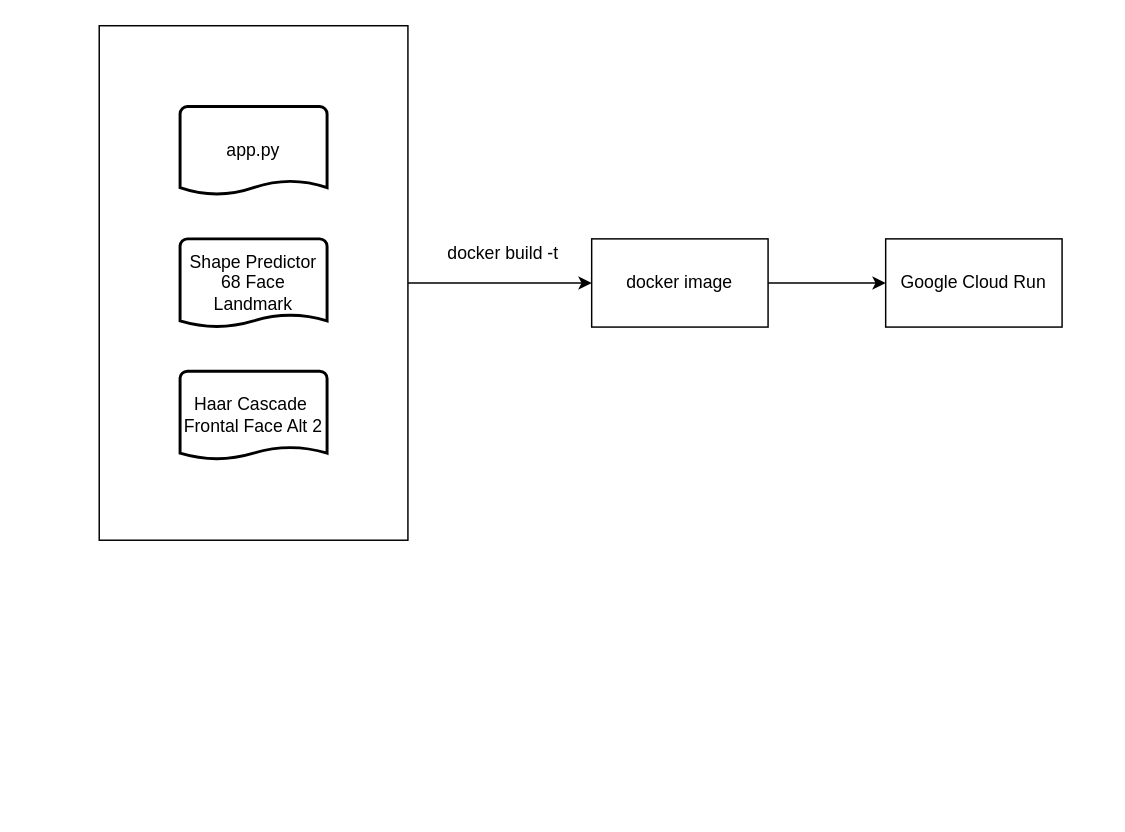
Above: Implementasi.drawio in pakkaem/app.diagrams.net-repo (draw.io), before the change. Source tidied: cells renumbered, new cells numbered last; positions are measured from the earlier drawing's top-left corner, leaving out a move shared by most shapes. Both pictures are drawn from the tidied source at 147%, with x=0, y=0 at pixel (98, 25).
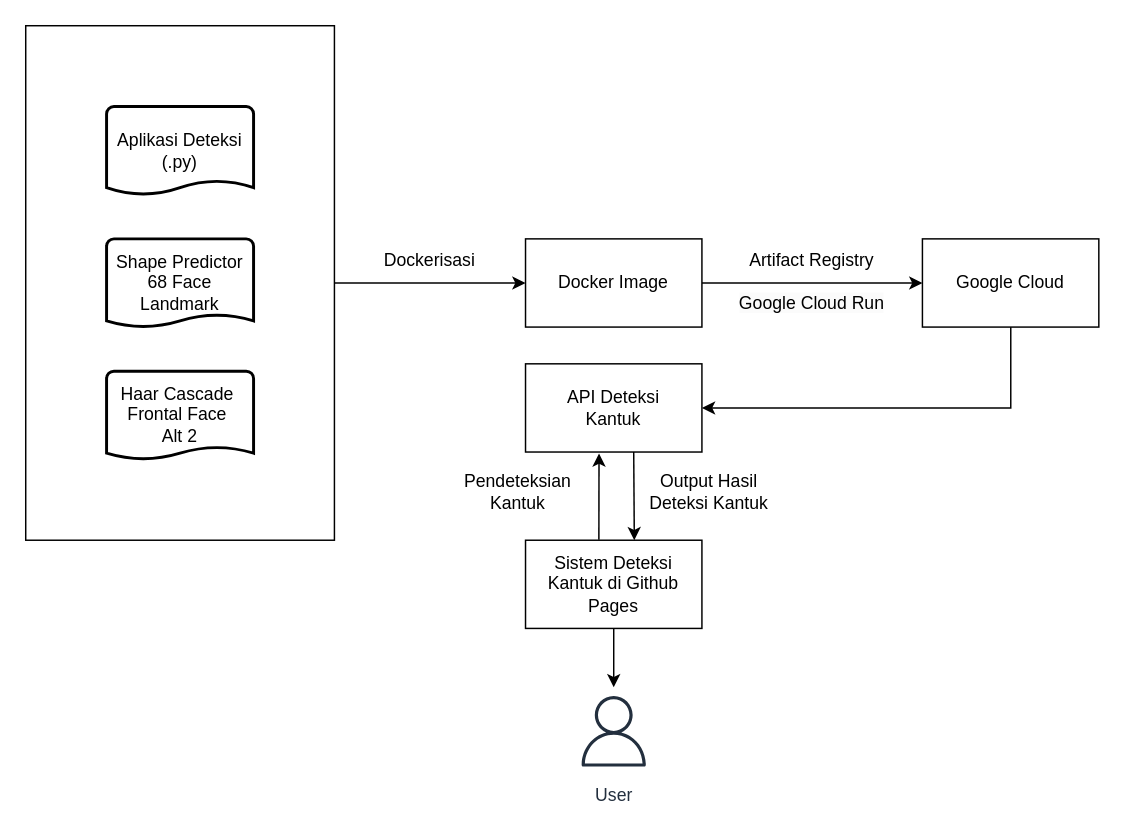
After the change.

Diff of the diagram source:
```diff
@@
+    <mxCell id="7" style="edgeStyle=orthogonalEdgeStyle;rounded=0;jettySize=auto;html=1;" parent="1" edge="1" source="8" target="10">
+      <mxGeometry relative="1" as="geometry" />
+    </mxCell>
+    <mxCell id="8" value="Docker Image" style="whiteSpace=wrap;html=1;rounded=0;" parent="1" vertex="1">
+      <mxGeometry x="290" y="145" width="120" height="60" as="geometry" />
+    </mxCell>
+    <mxCell id="9" value="Dockerisasi" style="text;html=1;align=center;verticalAlign=middle;whiteSpace=wrap;rounded=0;" parent="1" vertex="1">
+      <mxGeometry x="180" y="145" width="90" height="30" as="geometry" />
+    </mxCell>
+    <mxCell id="11" style="edgeStyle=orthogonalEdgeStyle;rounded=0;jettySize=auto;html=1;entryX=1;entryY=0.5;entryDx=0;entryDy=0;" parent="1" edge="1" target="14">
+      <mxGeometry relative="1" as="geometry">
+        <mxPoint x="620.1" y="175" as="sourcePoint" />
+        <Array as="points">
+          <mxPoint x="620" y="260" />
+        </Array>
+      </mxGeometry>
+    </mxCell>
+    <mxCell id="10" value="Google Cloud" style="whiteSpace=wrap;html=1;rounded=0;" parent="1" vertex="1">
+      <mxGeometry x="560" y="145" width="120" height="60" as="geometry" />
+    </mxCell>
+    <mxCell id="12" value="Artifact Registry" style="text;html=1;align=center;verticalAlign=middle;whiteSpace=wrap;rounded=0;" parent="1" vertex="1">
+      <mxGeometry x="430" y="145" width="110" height="30" as="geometry" />
+    </mxCell>
+    <mxCell id="13" value="&lt;span style=&quot;color: rgb(0, 0, 0); font-family: Helvetica; font-size: 12px; font-style: normal; font-variant-ligatures: normal; font-variant-caps: normal; font-weight: 400; letter-spacing: normal; orphans: 2; text-indent: 0px; text-transform: none; widows: 2; word-spacing: 0px; -webkit-text-stroke-width: 0px; white-space: normal; background-color: rgb(251, 251, 251); text-decoration-thickness: initial; text-decoration-style: initial; text-decoration-color: initial; float: none; display: inline !important;&quot;&gt;Google Cloud Run&lt;/span&gt;" style="text;whiteSpace=wrap;html=1;align=center;" parent="1" vertex="1">
+      <mxGeometry x="430" y="175" width="110" height="30" as="geometry" />
+    </mxCell>
+    <mxCell id="14" value="API Deteksi&lt;div&gt;Kantuk&lt;/div&gt;" style="whiteSpace=wrap;html=1;rounded=0;" parent="1" vertex="1">
+      <mxGeometry x="290" y="230" width="120" height="60" as="geometry" />
+    </mxCell>
+    <mxCell id="15" value="User" style="sketch=0;outlineConnect=0;fontColor=#232F3E;gradientColor=none;strokeColor=#232F3E;fillColor=#ffffff;dashed=0;verticalLabelPosition=bottom;verticalAlign=top;align=center;html=1;fontSize=12;fontStyle=0;shape=mxgraph.aws4.resourceIcon;resIcon=mxgraph.aws4.user;" parent="1" vertex="1">
+      <mxGeometry x="320" y="450" width="60" height="60" as="geometry" />
+    </mxCell>
+    <mxCell id="16" style="edgeStyle=orthogonalEdgeStyle;rounded=0;jettySize=auto;html=1;" parent="1" edge="1" source="17" target="15">
+      <mxGeometry relative="1" as="geometry" />
+    </mxCell>
+    <mxCell id="17" value="Sistem Deteksi Kantuk di Github Pages" style="whiteSpace=wrap;html=1;rounded=0;" parent="1" vertex="1">
+      <mxGeometry x="290" y="350" width="120" height="60" as="geometry" />
+    </mxCell>
+    <mxCell id="18" style="rounded=0;orthogonalLoop=1;jettySize=auto;html=1;entryX=0.653;entryY=1.033;entryDx=0;entryDy=0;entryPerimeter=0;exitX=0.416;exitY=-0.024;exitDx=0;exitDy=0;exitPerimeter=0;" parent="1" edge="1">
+      <mxGeometry relative="1" as="geometry">
+        <mxPoint x="339.9" y="349.6" as="sourcePoint" />
+        <mxPoint x="340" y="291" as="targetPoint" />
+      </mxGeometry>
+    </mxCell>
+    <mxCell id="19" style="group;" parent="1" vertex="1">
+      <mxGeometry x="-50" width="210" height="350" as="geometry" />
+    </mxCell>
-    <mxCell id="3" style="rounded=0;whiteSpace=wrap;html=1;" parent="1" vertex="1">
+    <mxCell id="3" style="rounded=0;whiteSpace=wrap;html=1;" parent="19" vertex="1">
       <mxGeometry width="210" height="350" as="geometry" />
     </mxCell>
-    <mxCell id="4" value="app.py" style="strokeWidth=2;html=1;shape=mxgraph.flowchart.document2;whiteSpace=wrap;size=0.1600001017252604;" parent="1" vertex="1">
+    <mxCell id="4" value="Aplikasi Deteksi&lt;div&gt;(.py)&lt;/div&gt;" style="strokeWidth=2;html=1;shape=mxgraph.flowchart.document2;whiteSpace=wrap;size=0.1600001017252604;" parent="19" vertex="1">
       <mxGeometry x="55" y="55" width="100" height="60" as="geometry" />
     </mxCell>
-    <mxCell id="5" value="Shape Predictor 68 Face Landmark" style="strokeWidth=2;html=1;shape=mxgraph.flowchart.document2;whiteSpace=wrap;size=0.13999888102213542;" parent="1" vertex="1">
+    <mxCell id="5" value="Shape Predictor 68 Face Landmark" style="strokeWidth=2;html=1;shape=mxgraph.flowchart.document2;whiteSpace=wrap;size=0.13999888102213542;" parent="19" vertex="1">
       <mxGeometry x="55" y="145" width="100" height="60" as="geometry" />
     </mxCell>
-    <mxCell id="6" value="Haar Cascade&amp;nbsp;&lt;div&gt;Frontal Face Alt 2&lt;/div&gt;" style="strokeWidth=2;html=1;shape=mxgraph.flowchart.document2;whiteSpace=wrap;size=0.13999888102213542;" parent="1" vertex="1">
+    <mxCell id="6" value="Haar Cascade&amp;nbsp;&lt;div&gt;Frontal Face&amp;nbsp;&lt;/div&gt;&lt;div&gt;Alt 2&lt;/div&gt;" style="strokeWidth=2;html=1;shape=mxgraph.flowchart.document2;whiteSpace=wrap;size=0.13999888102213542;" parent="19" vertex="1">
       <mxGeometry x="55" y="235" width="100" height="60" as="geometry" />
     </mxCell>
-    <mxCell id="7" style="edgeStyle=orthogonalEdgeStyle;rounded=0;jettySize=auto;html=1;" parent="1" edge="1" source="8" target="10">
-      <mxGeometry relative="1" as="geometry" />
-    </mxCell>
-    <mxCell id="8" value="docker image" style="whiteSpace=wrap;html=1;rounded=0;" parent="1" vertex="1">
-      <mxGeometry x="335" y="145" width="120" height="60" as="geometry" />
-    </mxCell>
-    <mxCell id="9" value="docker build -t" style="text;html=1;align=center;verticalAlign=middle;whiteSpace=wrap;rounded=0;" parent="1" vertex="1">
-      <mxGeometry x="230" y="140" width="90" height="30" as="geometry" />
-    </mxCell>
-    <mxCell id="10" value="Google Cloud Run" style="whiteSpace=wrap;html=1;rounded=0;" parent="1" vertex="1">
-      <mxGeometry x="535" y="145" width="120" height="60" as="geometry" />
-    </mxCell>
+    <mxCell id="20" value="Pendeteksian Kantuk" style="text;html=1;align=center;verticalAlign=middle;whiteSpace=wrap;rounded=0;" parent="1" vertex="1">
+      <mxGeometry x="240" y="302" width="90" height="30" as="geometry" />
+    </mxCell>
+    <mxCell id="21" value="Output Hasil Deteksi Kantuk" style="text;html=1;align=center;verticalAlign=middle;whiteSpace=wrap;rounded=0;" parent="1" vertex="1">
+      <mxGeometry x="370" y="302" width="90" height="30" as="geometry" />
+    </mxCell>
+    <mxCell id="22" style="rounded=0;orthogonalLoop=1;jettySize=auto;html=1;exitX=0.613;exitY=0.983;exitDx=0;exitDy=0;exitPerimeter=0;" parent="1" edge="1">
+      <mxGeometry relative="1" as="geometry">
+        <mxPoint x="363.6" y="290" as="sourcePoint" />
+        <mxPoint x="364" y="350" as="targetPoint" />
+      </mxGeometry>
+    </mxCell>
```
